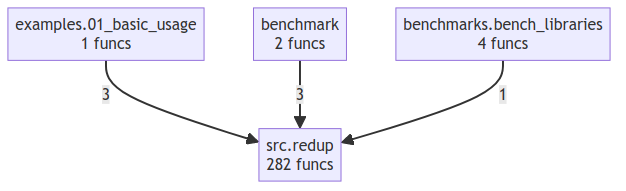
Before: project/compact_flow.png, a diagram exported from Mermaid (semcod/redup). Its source is kept beside it as project/compact_flow.mmd.
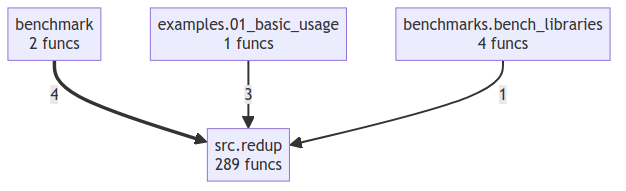
Above is the later version.

The edit, as a diff of the source:
```diff
@@ -2,7 +2,7 @@
     benchmark["benchmark<br/>2 funcs"]
     benchmarks_bench_libraries["benchmarks.bench_libraries<br/>4 funcs"]
     examples_01_basic_usage["examples.01_basic_usage<br/>1 funcs"]
-    src_redup["src.redup<br/>282 funcs"]
+    src_redup["src.redup<br/>289 funcs"]
+    benchmark ==>|4| src_redup
     examples_01_basic_usage -->|3| src_redup
-    benchmark -->|3| src_redup
     benchmarks_bench_libraries -->|1| src_redup
```
